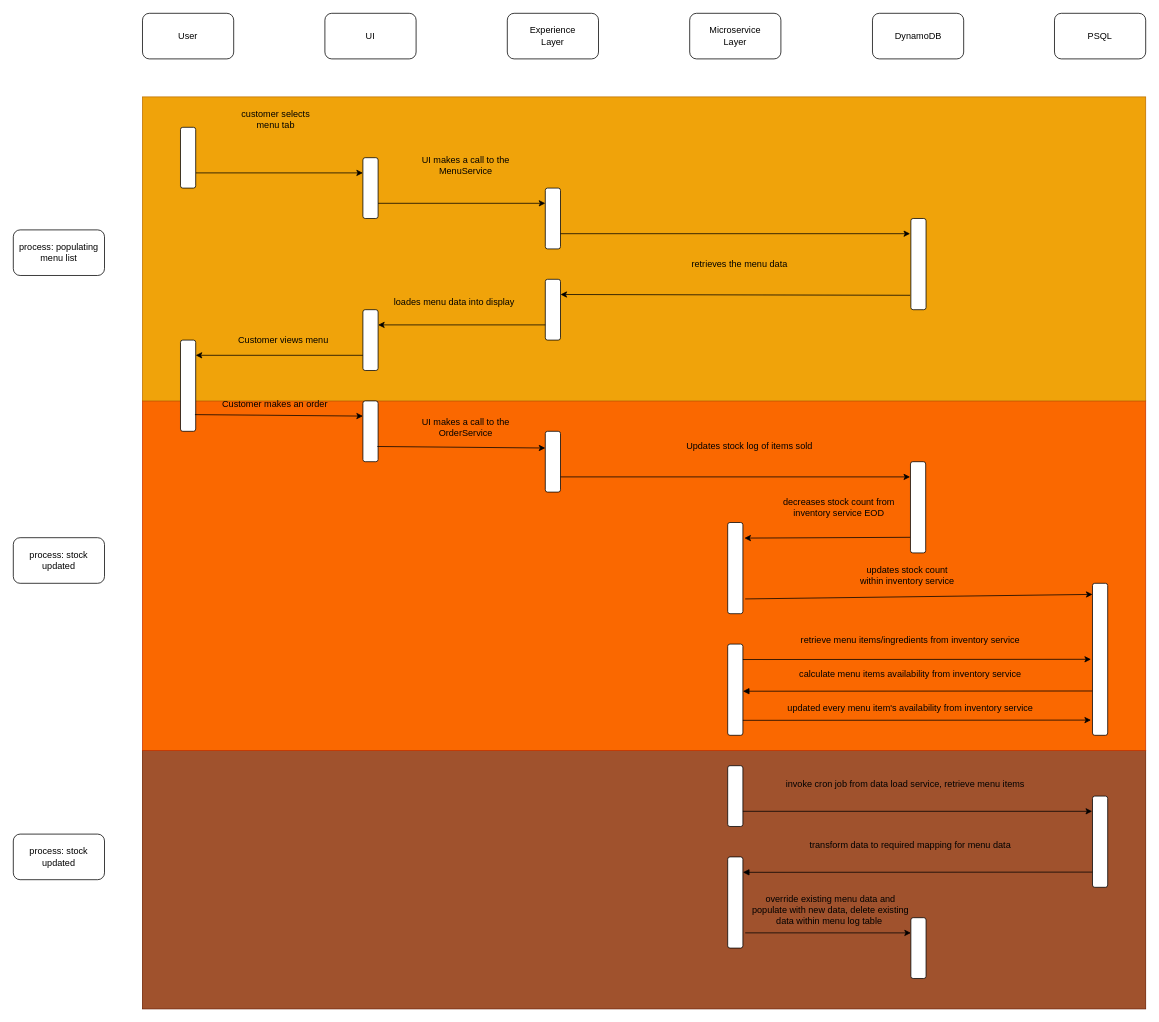
t-simeongordon/HTS-Fullstack-Caribbean-Restaurant keeps this draw.io diagram as docs/architecture/diagrams/swimlane diagrams/Menu Swimlane Diagram.drawio. Above is the earlier version. Source tidied: cells renumbered, new cells numbered last; positions are measured from the earlier drawing's top-left corner, leaving out a move shared by most shapes. Both pictures are drawn from the tidied source at 76%, with x=0, y=0 at pixel (13, 13).
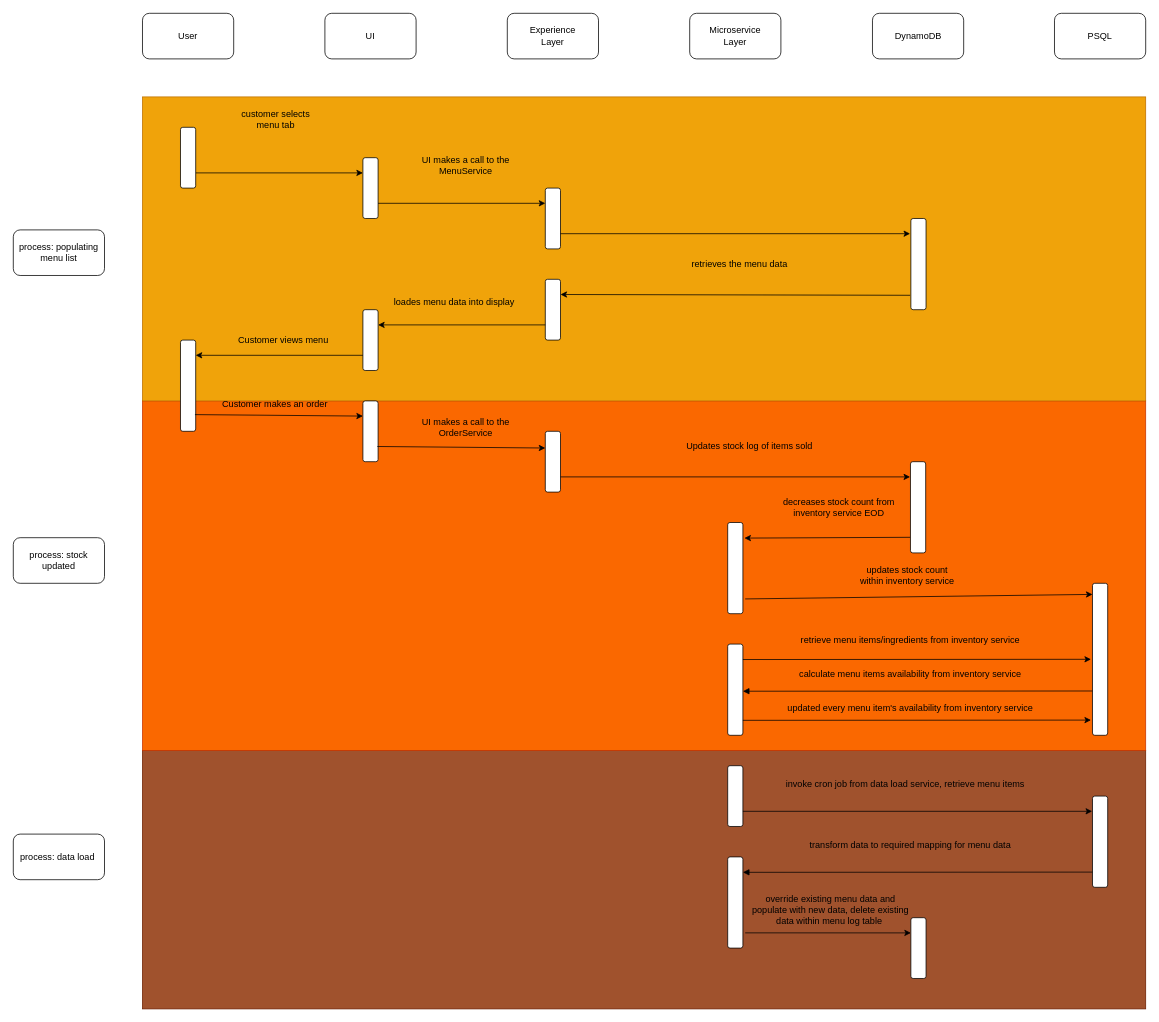
The same diagram, later.

What changed in the source:
```diff
@@
-    <mxCell id="63" value="process: stock updated" style="rounded=1;whiteSpace=wrap;html=1;" parent="1" vertex="1">
+    <mxCell id="63" value="process: data load&amp;nbsp;" style="rounded=1;whiteSpace=wrap;html=1;" parent="1" vertex="1">
       <mxGeometry y="1080" width="120" height="60" as="geometry" />
     </mxCell>
```
